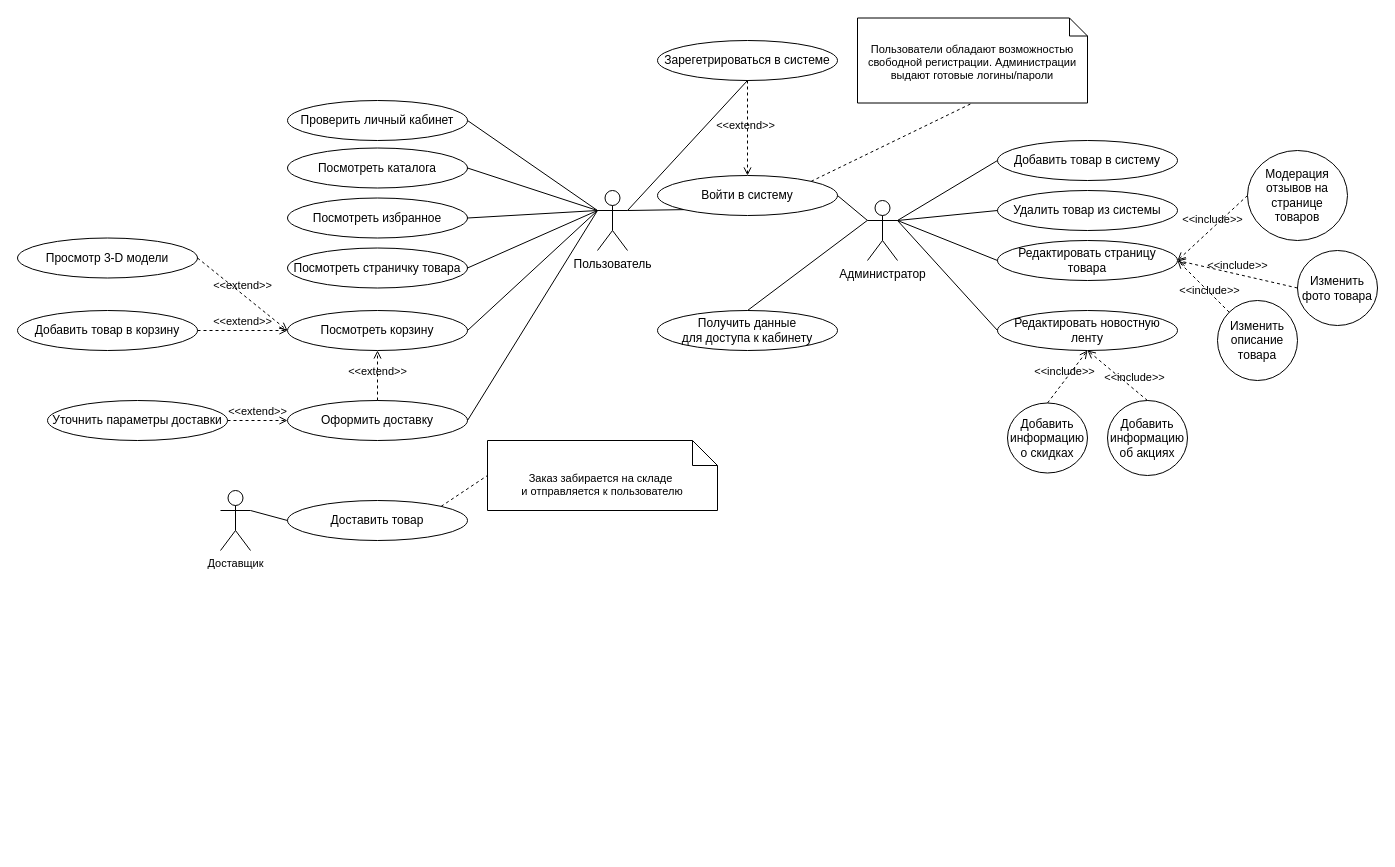
This is page "Тут с коментами" (2 of 5) of Сис. инж. UseCase.drawio from Rattokun/ModelRep, a draw.io file, before an edit. Source tidied: cells renumbered, new cells numbered last; positions are measured from the earlier drawing's top-left corner, leaving out a move shared by most shapes. Both pictures are drawn from the tidied source at 100%, with x=0, y=0 at pixel (17, 18).
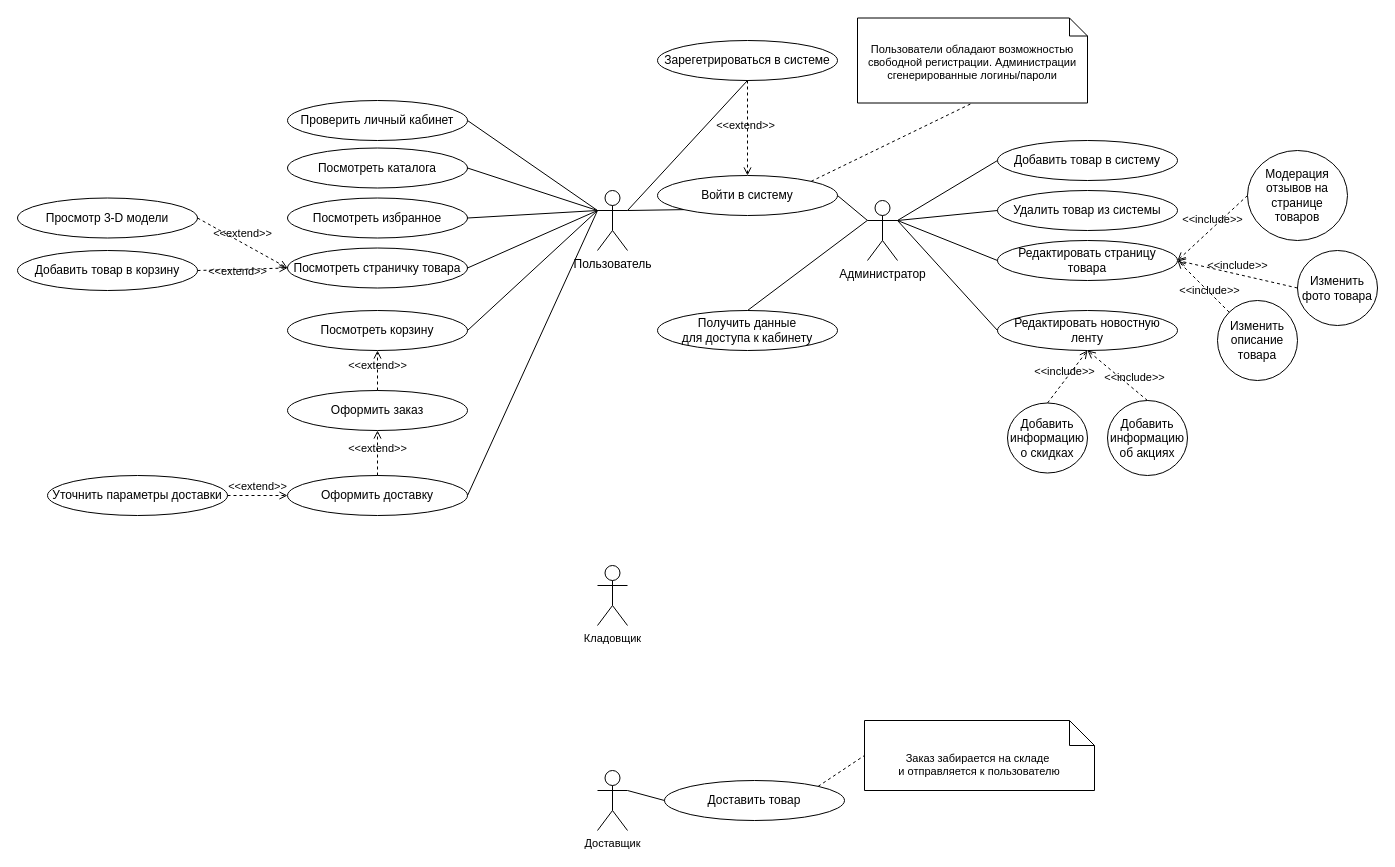
Above is the later version.

Unchanged cells that the change refers to:
```xml
<mxCell id="13" value="Посмотреть страничку товара" style="ellipse;whiteSpace=wrap;html=1;" parent="1" vertex="1">
  <mxGeometry x="270" y="229.5" width="180" height="40" as="geometry" />
</mxCell>
<mxCell id="40" value="Посмотреть корзину" style="ellipse;whiteSpace=wrap;html=1;" parent="1" vertex="1">
  <mxGeometry x="270" y="292" width="180" height="40" as="geometry" />
</mxCell>
```

The edit, as a diff of the source:
```diff
@@
     <mxCell id="10" value="Добавить товар в корзину" style="ellipse;whiteSpace=wrap;html=1;" parent="1" vertex="1">
-      <mxGeometry y="292" width="180" height="40" as="geometry" />
+      <mxGeometry y="232" width="180" height="40" as="geometry" />
     </mxCell>
@@
     <mxCell id="39" value="Просмотр 3-D модели" style="ellipse;whiteSpace=wrap;html=1;" parent="1" vertex="1">
-      <mxGeometry y="219.5" width="180" height="40" as="geometry" />
+      <mxGeometry y="179.5" width="180" height="40" as="geometry" />
     </mxCell>
@@
     <mxCell id="41" value="Оформить доставку" style="ellipse;whiteSpace=wrap;html=1;" parent="1" vertex="1">
-      <mxGeometry x="270" y="382" width="180" height="40" as="geometry" />
+      <mxGeometry x="270" y="457" width="180" height="40" as="geometry" />
     </mxCell>
@@
-    <mxCell id="43" value="&amp;lt;&amp;lt;extend&amp;gt;&amp;gt;" style="html=1;verticalAlign=bottom;labelBackgroundColor=none;endArrow=open;endFill=0;dashed=1;rounded=0;strokeColor=default;fontFamily=Helvetica;fontSize=11;fontColor=default;shape=connector;exitX=1;exitY=0.5;exitDx=0;exitDy=0;entryX=0;entryY=0.5;entryDx=0;entryDy=0;" parent="1" edge="1" source="39" target="40">
+    <mxCell id="43" value="&amp;lt;&amp;lt;extend&amp;gt;&amp;gt;" style="html=1;verticalAlign=bottom;labelBackgroundColor=none;endArrow=open;endFill=0;dashed=1;rounded=0;strokeColor=default;fontFamily=Helvetica;fontSize=11;fontColor=default;shape=connector;exitX=1;exitY=0.5;exitDx=0;exitDy=0;entryX=0;entryY=0.5;entryDx=0;entryDy=0;" parent="1" edge="1" source="39" target="13">
       <mxGeometry relative="1" as="geometry" />
     </mxCell>
-    <mxCell id="44" value="&amp;lt;&amp;lt;extend&amp;gt;&amp;gt;" style="html=1;verticalAlign=bottom;labelBackgroundColor=none;endArrow=open;endFill=0;dashed=1;rounded=0;strokeColor=default;fontFamily=Helvetica;fontSize=11;fontColor=default;shape=connector;exitX=1;exitY=0.5;exitDx=0;exitDy=0;entryX=0;entryY=0.5;entryDx=0;entryDy=0;" parent="1" edge="1" source="10" target="40">
-      <mxGeometry relative="1" as="geometry" />
+    <mxCell id="44" value="&amp;lt;&amp;lt;extend&amp;gt;&amp;gt;" style="html=1;verticalAlign=bottom;labelBackgroundColor=none;endArrow=open;endFill=0;dashed=1;rounded=0;strokeColor=default;fontFamily=Helvetica;fontSize=11;fontColor=default;shape=connector;exitX=1;exitY=0.5;exitDx=0;exitDy=0;entryX=0;entryY=0.5;entryDx=0;entryDy=0;" parent="1" edge="1" source="10" target="13">
+      <mxGeometry x="-0.12" y="-11" relative="1" as="geometry" />
     </mxCell>
-    <mxCell id="45" value="&amp;lt;&amp;lt;extend&amp;gt;&amp;gt;" style="html=1;verticalAlign=bottom;labelBackgroundColor=none;endArrow=open;endFill=0;dashed=1;rounded=0;strokeColor=default;fontFamily=Helvetica;fontSize=11;fontColor=default;shape=connector;exitX=0.5;exitY=0;exitDx=0;exitDy=0;entryX=0.5;entryY=1;entryDx=0;entryDy=0;" parent="1" edge="1" source="41" target="40">
+    <mxCell id="45" value="&amp;lt;&amp;lt;extend&amp;gt;&amp;gt;" style="html=1;verticalAlign=bottom;labelBackgroundColor=none;endArrow=open;endFill=0;dashed=1;rounded=0;strokeColor=default;fontFamily=Helvetica;fontSize=11;fontColor=default;shape=connector;exitX=0.5;exitY=0;exitDx=0;exitDy=0;entryX=0.5;entryY=1;entryDx=0;entryDy=0;" parent="1" edge="1" source="41" target="56">
       <mxGeometry x="-0.2" relative="1" as="geometry" />
     </mxCell>
@@
     <mxCell id="47" value="Уточнить параметры доставки" style="ellipse;whiteSpace=wrap;html=1;" parent="1" vertex="1">
-      <mxGeometry x="30" y="382" width="180" height="40" as="geometry" />
+      <mxGeometry x="30" y="457" width="180" height="40" as="geometry" />
     </mxCell>
@@
     <mxCell id="49" value="Доставщик" style="shape=umlActor;verticalLabelPosition=bottom;verticalAlign=top;html=1;outlineConnect=0;fontFamily=Helvetica;fontSize=11;fontColor=default;" parent="1" vertex="1">
-      <mxGeometry x="203" y="472" width="30" height="60" as="geometry" />
+      <mxGeometry x="580" y="752" width="30" height="60" as="geometry" />
     </mxCell>
     <mxCell id="50" value="Доставить товар" style="ellipse;whiteSpace=wrap;html=1;" parent="1" vertex="1">
-      <mxGeometry x="270" y="482" width="180" height="40" as="geometry" />
+      <mxGeometry x="647" y="762" width="180" height="40" as="geometry" />
     </mxCell>
@@
     <mxCell id="53" value="Заказ забирается на складе&amp;nbsp;&lt;br&gt;и отправляется к пользователю" style="shape=note2;boundedLbl=1;whiteSpace=wrap;html=1;size=25;verticalAlign=top;align=center;fontFamily=Helvetica;fontSize=11;fontColor=default;" parent="1" vertex="1">
-      <mxGeometry x="470" y="422" width="230" height="70" as="geometry" />
+      <mxGeometry x="847" y="702" width="230" height="70" as="geometry" />
     </mxCell>
-    <mxCell id="54" value="Пользователи обладают возможностью свободной регистрации. Администрации выдают готовые логины/пароли" style="shape=note2;boundedLbl=1;whiteSpace=wrap;html=1;size=18;verticalAlign=top;align=center;fontFamily=Helvetica;fontSize=11;fontColor=default;" parent="1" vertex="1">
+    <mxCell id="54" value="Пользователи обладают возможностью свободной регистрации. Администрации сгенерированные логины/пароли" style="shape=note2;boundedLbl=1;whiteSpace=wrap;html=1;size=18;verticalAlign=top;align=center;fontFamily=Helvetica;fontSize=11;fontColor=default;" parent="1" vertex="1">
       <mxGeometry x="840" y="-0.5" width="230" height="85" as="geometry" />
     </mxCell>
@@
+    <mxCell id="56" value="Оформить заказ" style="ellipse;whiteSpace=wrap;html=1;" parent="1" vertex="1">
+      <mxGeometry x="270" y="372" width="180" height="40" as="geometry" />
+    </mxCell>
+    <mxCell id="57" value="&amp;lt;&amp;lt;extend&amp;gt;&amp;gt;" style="html=1;verticalAlign=bottom;labelBackgroundColor=none;endArrow=open;endFill=0;dashed=1;rounded=0;strokeColor=default;fontFamily=Helvetica;fontSize=11;fontColor=default;shape=connector;exitX=0.5;exitY=0;exitDx=0;exitDy=0;entryX=0.5;entryY=1;entryDx=0;entryDy=0;" parent="1" edge="1" source="56" target="40">
+      <mxGeometry x="-0.2" relative="1" as="geometry" />
+    </mxCell>
+    <mxCell id="58" value="Кладовщик" style="shape=umlActor;verticalLabelPosition=bottom;verticalAlign=top;html=1;fontFamily=Helvetica;fontSize=11;fontColor=default;" parent="1" vertex="1">
+      <mxGeometry x="580" y="547" width="30" height="60" as="geometry" />
+    </mxCell>
```
